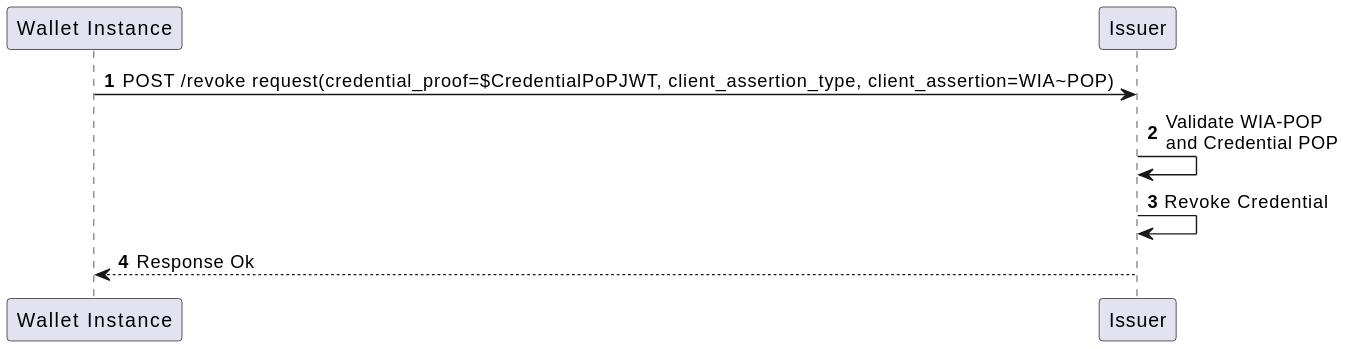
The PlantUML diagram images/Low-Level-Flow-Revocation.svg in italia/eudi-wallet-it-docs, before a commit.
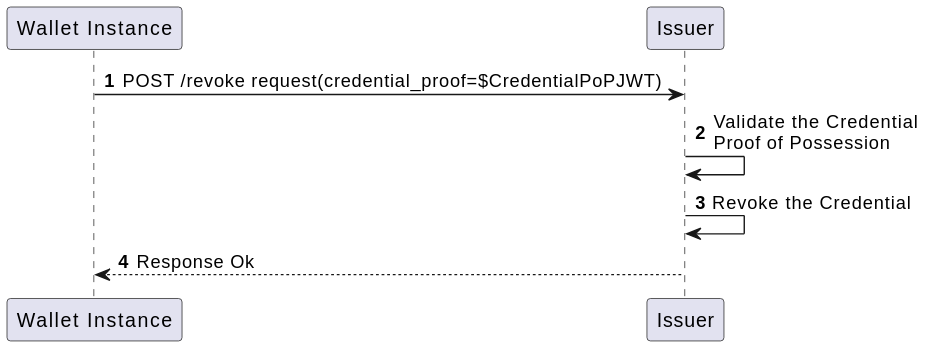
The same diagram one commit later.

The edit, as a diff of the source:
```diff
@@ -3,8 +3,11 @@
 participant "Wallet Instance" as wi
 participant "Issuer" as i
 
-wi -> i: POST /revoke request(credential_proof=$CredentialPoPJWT, client_assertion_type, client_assertion=WIA~POP)
-i -> i: Validate WIA-POP \nand Credential POP
-i -> i: Revoke Credential
+wi -> i: POST /revoke request(credential_proof=$CredentialPoPJWT)
+
+i -> i: Validate the Credential\nProof of Possession
+
+i -> i: Revoke the Credential
+
 i --> wi: Response Ok
 @enduml
```
